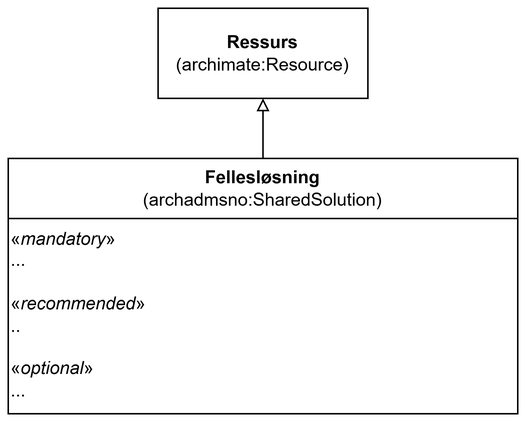
Before: archadms-ap-no/docs/images/KlassenSharedSolution.png, a diagram exported from draw.io (jimjyang/playground). Source tidied: cells renumbered, new cells last; positions are measured from the earlier drawing's top-left corner, leaving out a move shared by most shapes.
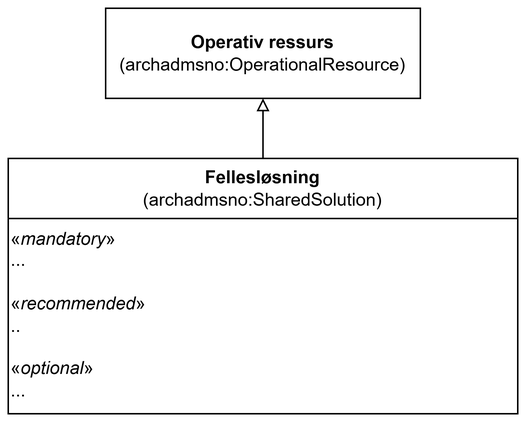
The same file after the commit.

Diff of the diagram source:
```diff
@@ -11,8 +11,8 @@
     <mxCell id="4" style="endArrow=block;html=1;rounded=0;entryX=0.5;entryY=1;entryDx=0;entryDy=0;exitX=0.5;exitY=0;exitDx=0;exitDy=0;endFill=0;" parent="1" edge="1" source="2" target="5">
       <mxGeometry relative="1" as="geometry" />
     </mxCell>
-    <mxCell id="5" value="&lt;b&gt;Ressurs&lt;/b&gt;&lt;div&gt;(archimate:Resource)&lt;/div&gt;" style="rounded=0;whiteSpace=wrap;html=1;" parent="1" vertex="1">
-      <mxGeometry x="100" width="140" height="60" as="geometry" />
+    <mxCell id="5" value="&lt;b&gt;Operativ ressurs&lt;/b&gt;&lt;div&gt;(archadmsno:OperationalResource)&lt;/div&gt;" style="rounded=0;whiteSpace=wrap;html=1;" parent="1" vertex="1">
+      <mxGeometry x="65" width="210" height="60" as="geometry" />
     </mxCell>
   </root>
 </mxGraphModel>
```
